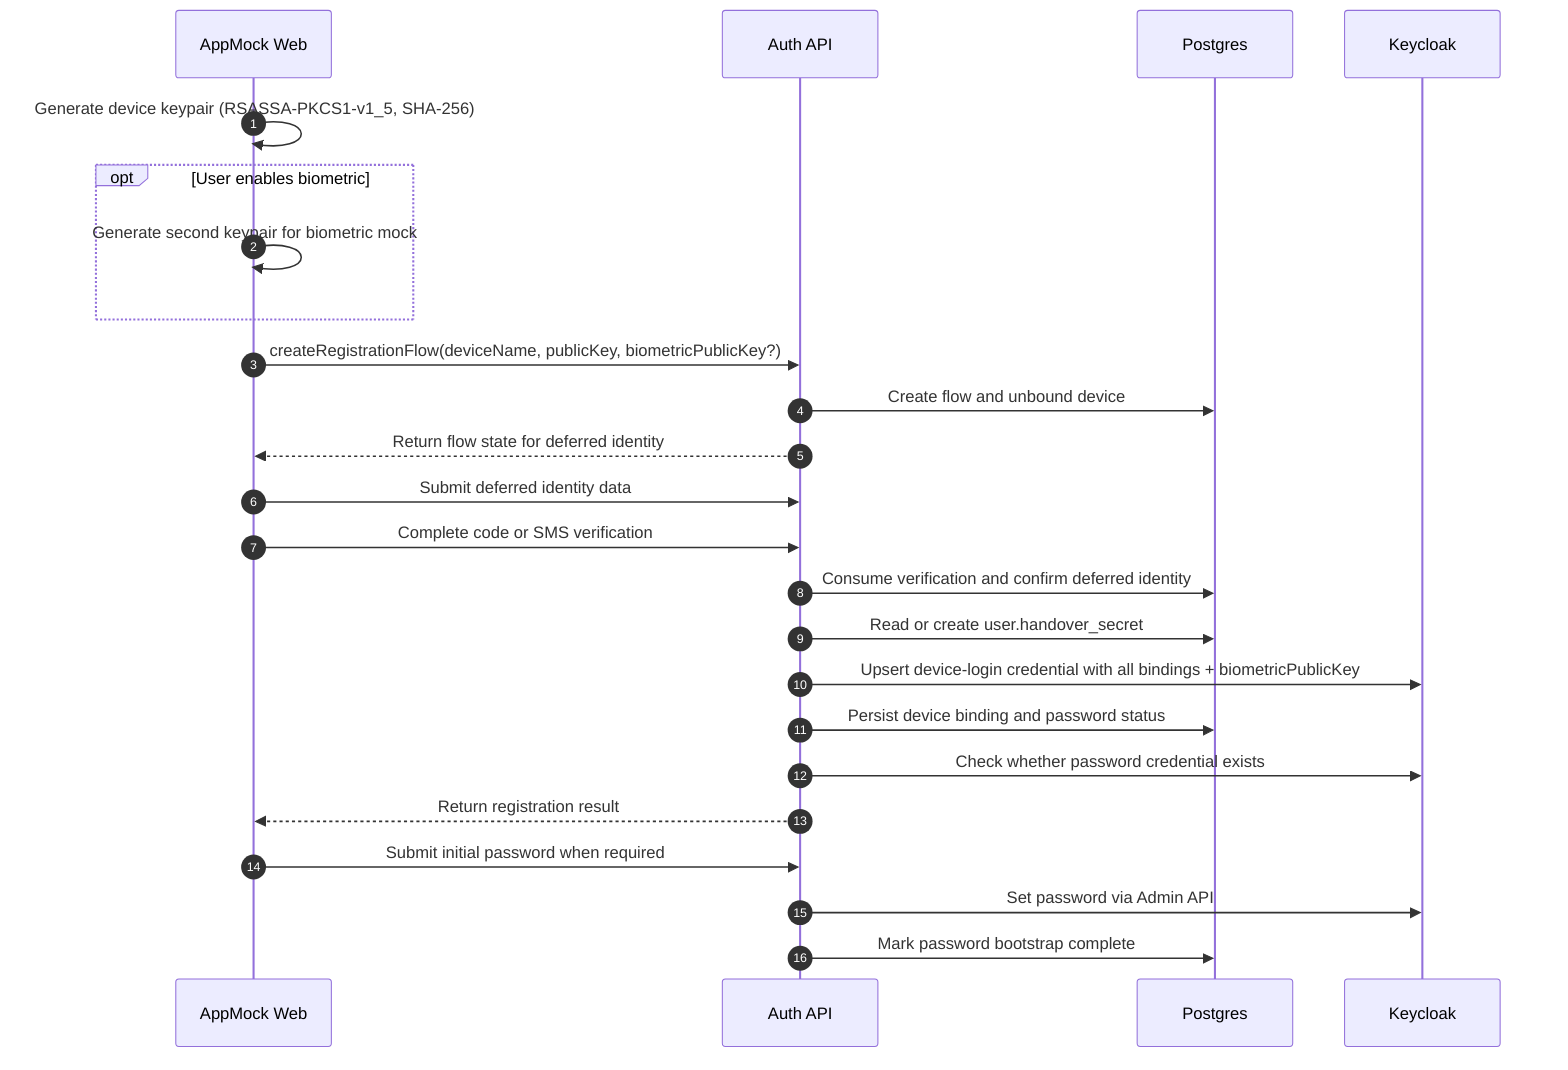
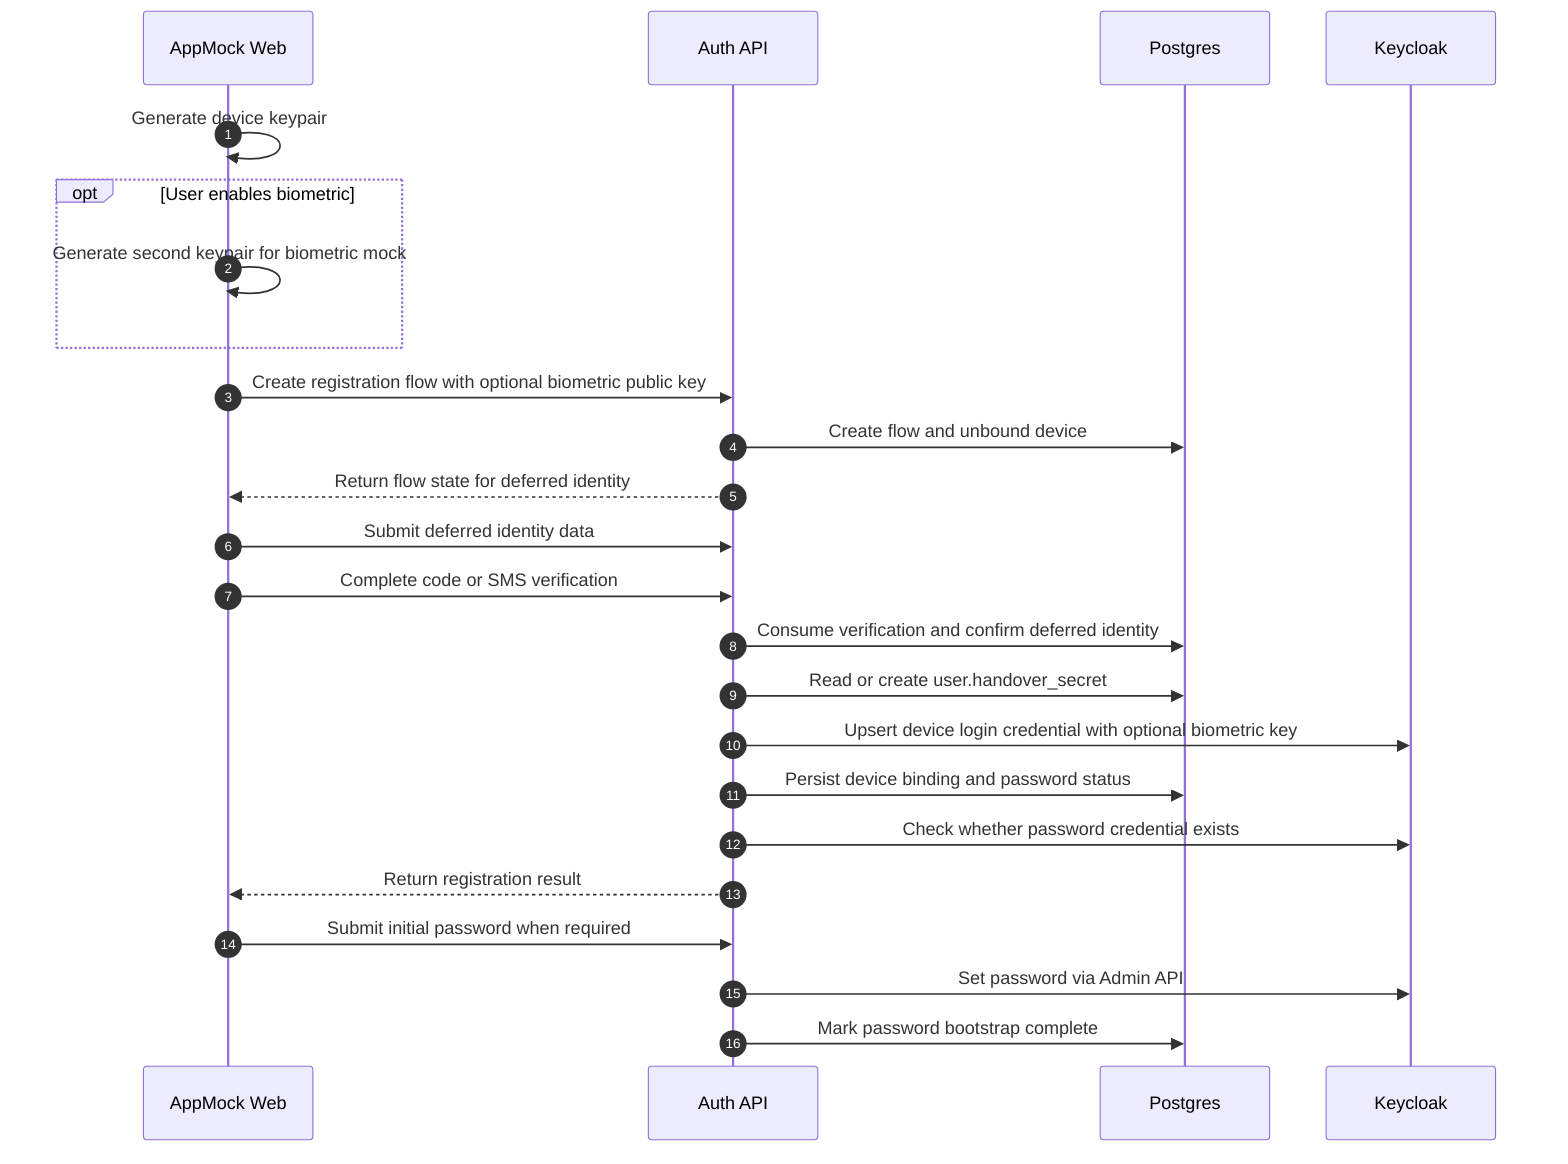
sequenceDiagram
  autonumber
  participant App as AppMock Web
  participant Auth as Auth API
  participant DB as Postgres
  participant KC as Keycloak

-   App->>App: Generate device keypair (RSASSA-PKCS1-v1_5, SHA-256)
+   App->>App: Generate device keypair
  opt User enables biometric
    App->>App: Generate second keypair for biometric mock
  end
-   App->>Auth: createRegistrationFlow(deviceName, publicKey, biometricPublicKey?)
+   App->>Auth: Create registration flow with optional biometric public key
  Auth->>DB: Create flow and unbound device
  Auth-->>App: Return flow state for deferred identity
  App->>Auth: Submit deferred identity data
  App->>Auth: Complete code or SMS verification
  Auth->>DB: Consume verification and confirm deferred identity
  Auth->>DB: Read or create user.handover_secret
-   Auth->>KC: Upsert device-login credential with all bindings + biometricPublicKey
+   Auth->>KC: Upsert device login credential with optional biometric key
  Auth->>DB: Persist device binding and password status
  Auth->>KC: Check whether password credential exists
  Auth-->>App: Return registration result
  App->>Auth: Submit initial password when required
  Auth->>KC: Set password via Admin API
-   Auth->>DB: Mark password bootstrap complete+   Auth->>DB: Mark password bootstrap complete
